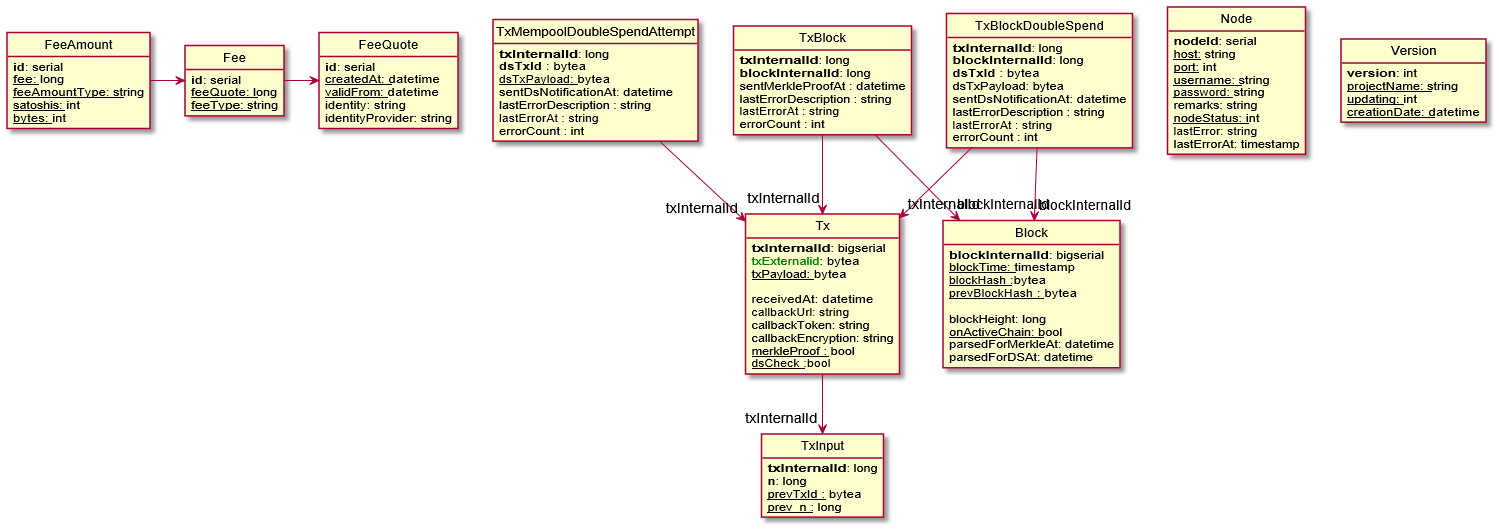
This is src/MerchantAPI/APIGateway/APIGateway.Database/Uml/out/APIGatewayUml/APIGatewayUml.png from bitcoin-sv/merchantapi-reference, a PlantUML export, as it was before one commit. Its source is kept beside it as src/MerchantAPI/APIGateway/APIGateway.Database/Uml/APIGatewayUml.puml.
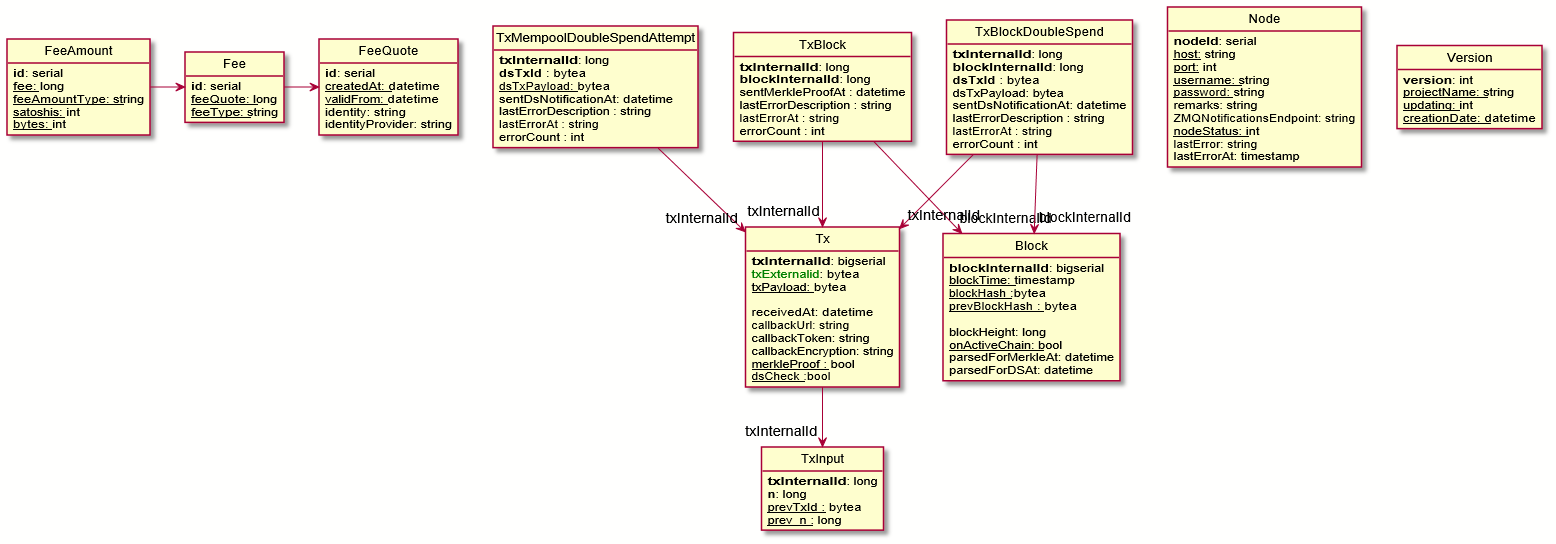
Later version of the same file.

Change to the diagram source:
```diff
@@ -86,6 +86,7 @@
   not_null(username): string
   not_null(password): string
   remarks: string
+  ZMQNotificationsEndpoint: string
   not_null(nodeStatus): int
   lastError: string
   lastErrorAt: timestamp
```
